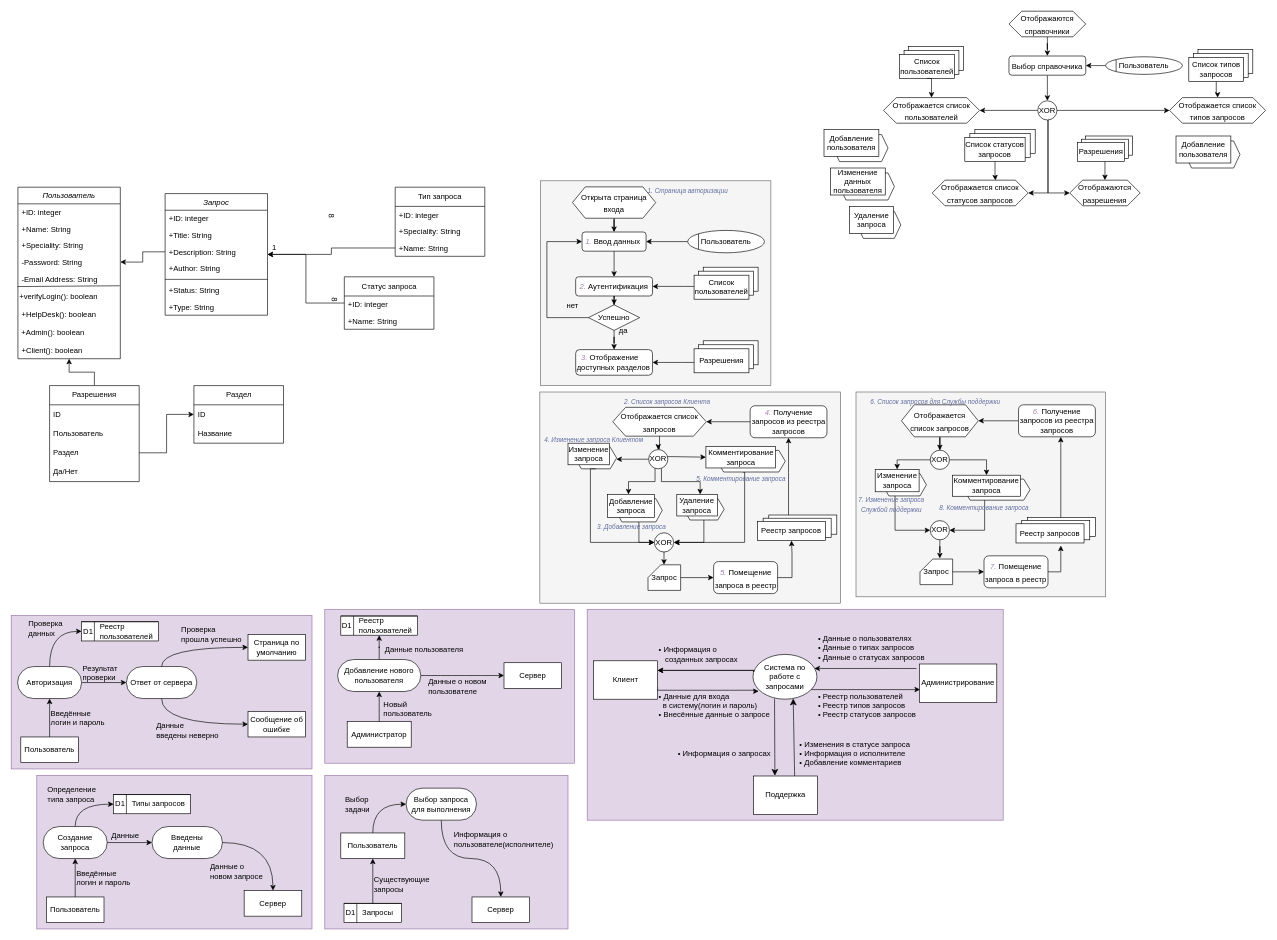
Fuamau/BlogProvider keeps this draw.io diagram as Диаграмма без названия.drawio. Above is the earlier version. Source tidied: cells renumbered, new cells numbered last; positions are measured from the earlier drawing's top-left corner, leaving out a move shared by most shapes. Both pictures are drawn from the tidied source at 64%, with x=0, y=0 at pixel (11, 11).
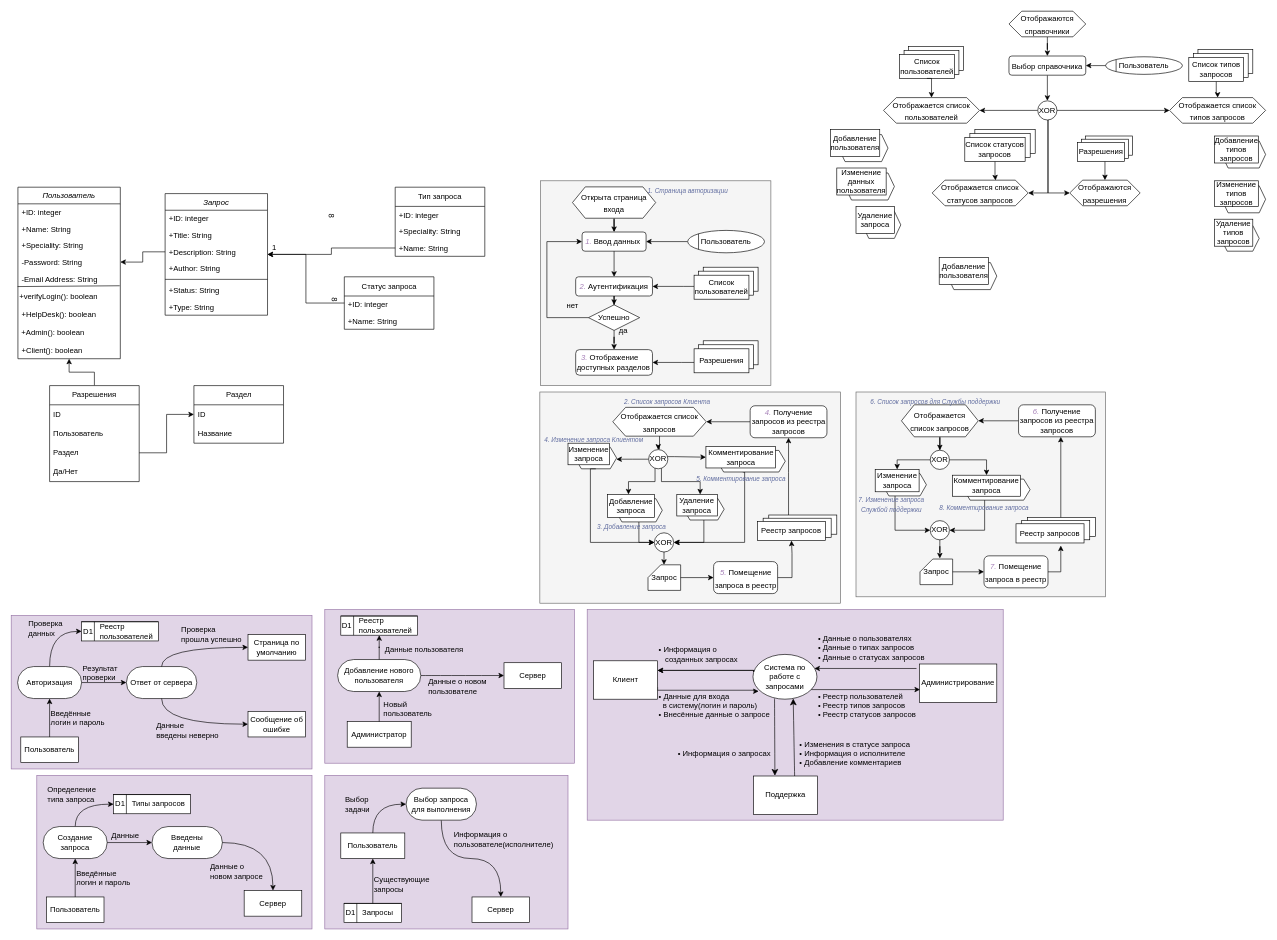
The same page after the edit.

Change to the diagram source:
```diff
@@
     <mxCell id="262" style="group;" parent="1" vertex="1">
-      <mxGeometry x="1270" y="185" width="100" height="50" as="geometry" />
+      <mxGeometry x="1280" y="185" width="90" height="50" as="geometry" />
     </mxCell>
     <mxCell id="263" style="shape=hexagon;perimeter=hexagonPerimeter2;whiteSpace=wrap;html=1;fixedSize=1;fontSize=16;size=10;" parent="262" vertex="1">
-      <mxGeometry x="14.3" y="7.8" width="85.7" height="42.2" as="geometry" />
+      <mxGeometry x="12.9" y="7.8" width="77.1" height="42.2" as="geometry" />
     </mxCell>
     <mxCell id="264" value="Добавление пользователя" style="whiteSpace=wrap;html=1;" parent="262" vertex="1">
-      <mxGeometry width="85.7" height="42.2" as="geometry" />
+      <mxGeometry width="77.1" height="42.2" as="geometry" />
     </mxCell>
     <mxCell id="265" style="group;" parent="1" vertex="1">
-      <mxGeometry x="1280" y="245" width="100" height="50" as="geometry" />
+      <mxGeometry x="1290" y="245" width="90" height="50" as="geometry" />
     </mxCell>
     <mxCell id="266" style="shape=hexagon;perimeter=hexagonPerimeter2;whiteSpace=wrap;html=1;fixedSize=1;fontSize=16;size=10;" parent="265" vertex="1">
-      <mxGeometry x="14.3" y="7.8" width="85.7" height="42.2" as="geometry" />
+      <mxGeometry x="12.9" y="7.8" width="77.1" height="42.2" as="geometry" />
     </mxCell>
     <mxCell id="267" value="Изменение данных пользователя" style="whiteSpace=wrap;html=1;" parent="265" vertex="1">
-      <mxGeometry width="85.7" height="42.2" as="geometry" />
+      <mxGeometry width="77.1" height="42.2" as="geometry" />
     </mxCell>
     <mxCell id="268" style="group;" parent="1" vertex="1">
-      <mxGeometry x="1310" y="305" width="80" height="50" as="geometry" />
+      <mxGeometry x="1320" y="305" width="70" height="50" as="geometry" />
     </mxCell>
     <mxCell id="269" style="shape=hexagon;perimeter=hexagonPerimeter2;whiteSpace=wrap;html=1;fixedSize=1;fontSize=16;size=10;" parent="268" vertex="1">
-      <mxGeometry x="11.4" y="7.8" width="68.6" height="42.2" as="geometry" />
+      <mxGeometry x="10" y="7.8" width="60" height="42.2" as="geometry" />
     </mxCell>
     <mxCell id="270" value="Удаление запроса" style="whiteSpace=wrap;html=1;" parent="268" vertex="1">
-      <mxGeometry width="68.6" height="42.2" as="geometry" />
+      <mxGeometry width="60" height="42.2" as="geometry" />
     </mxCell>
     <mxCell id="271" style="group;" parent="1" vertex="1">
-      <mxGeometry x="1820" y="195" width="100" height="50" as="geometry" />
+      <mxGeometry x="1880" y="195" width="80" height="50" as="geometry" />
     </mxCell>
     <mxCell id="272" style="shape=hexagon;perimeter=hexagonPerimeter2;whiteSpace=wrap;html=1;fixedSize=1;fontSize=16;size=10;" parent="271" vertex="1">
-      <mxGeometry x="14.3" y="7.8" width="85.7" height="42.2" as="geometry" />
+      <mxGeometry x="11.4" y="7.8" width="68.6" height="42.2" as="geometry" />
     </mxCell>
-    <mxCell id="273" value="Добавление пользователя" style="whiteSpace=wrap;html=1;" parent="271" vertex="1">
-      <mxGeometry width="85.7" height="42.2" as="geometry" />
+    <mxCell id="273" value="Добавление типов запросов" style="whiteSpace=wrap;html=1;" parent="271" vertex="1">
+      <mxGeometry width="68.6" height="42.2" as="geometry" />
     </mxCell>
+    <mxCell id="274" style="group;" parent="1" vertex="1">
+      <mxGeometry x="1880" y="265" width="80" height="50" as="geometry" />
+    </mxCell>
+    <mxCell id="275" style="shape=hexagon;perimeter=hexagonPerimeter2;whiteSpace=wrap;html=1;fixedSize=1;fontSize=16;size=10;" parent="274" vertex="1">
+      <mxGeometry x="11.4" y="7.8" width="68.6" height="42.2" as="geometry" />
+    </mxCell>
+    <mxCell id="276" value="Изменение типов запросов" style="whiteSpace=wrap;html=1;" parent="274" vertex="1">
+      <mxGeometry width="68.6" height="40" as="geometry" />
+    </mxCell>
+    <mxCell id="277" style="group;" parent="1" vertex="1">
+      <mxGeometry x="1880" y="325" width="70" height="50" as="geometry" />
+    </mxCell>
+    <mxCell id="278" style="shape=hexagon;perimeter=hexagonPerimeter2;whiteSpace=wrap;html=1;fixedSize=1;fontSize=16;size=10;" parent="277" vertex="1">
+      <mxGeometry x="10" y="10" width="60" height="40" as="geometry" />
+    </mxCell>
+    <mxCell id="279" value="Удаление типов запросов" style="whiteSpace=wrap;html=1;" parent="277" vertex="1">
+      <mxGeometry width="60" height="42.2" as="geometry" />
+    </mxCell>
+    <mxCell id="280" style="group;" parent="1" vertex="1">
+      <mxGeometry x="1450" y="385" width="90" height="50" as="geometry" />
+    </mxCell>
+    <mxCell id="281" style="shape=hexagon;perimeter=hexagonPerimeter2;whiteSpace=wrap;html=1;fixedSize=1;fontSize=16;size=10;" parent="280" vertex="1">
+      <mxGeometry x="12.9" y="7.8" width="77.1" height="42.2" as="geometry" />
+    </mxCell>
+    <mxCell id="282" value="Добавление пользователя" style="whiteSpace=wrap;html=1;" parent="280" vertex="1">
+      <mxGeometry width="77.1" height="42.2" as="geometry" />
+    </mxCell>
```
